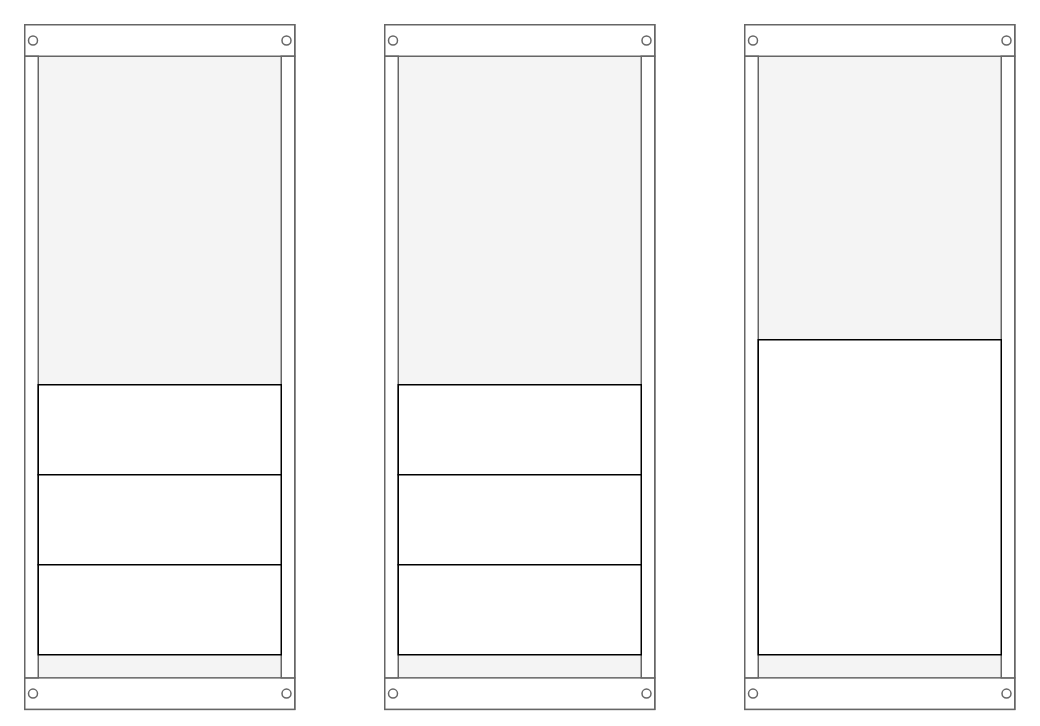
Above: 제목 없는 다이어그램.drawio in inkyunp/draw.io (draw.io), before the change. Source tidied: cells renumbered, new cells numbered last; positions are measured from the earlier drawing's top-left corner, leaving out a move shared by most shapes. Both pictures are drawn from the tidied source at 150%, with x=0, y=0 at pixel (24, 24).
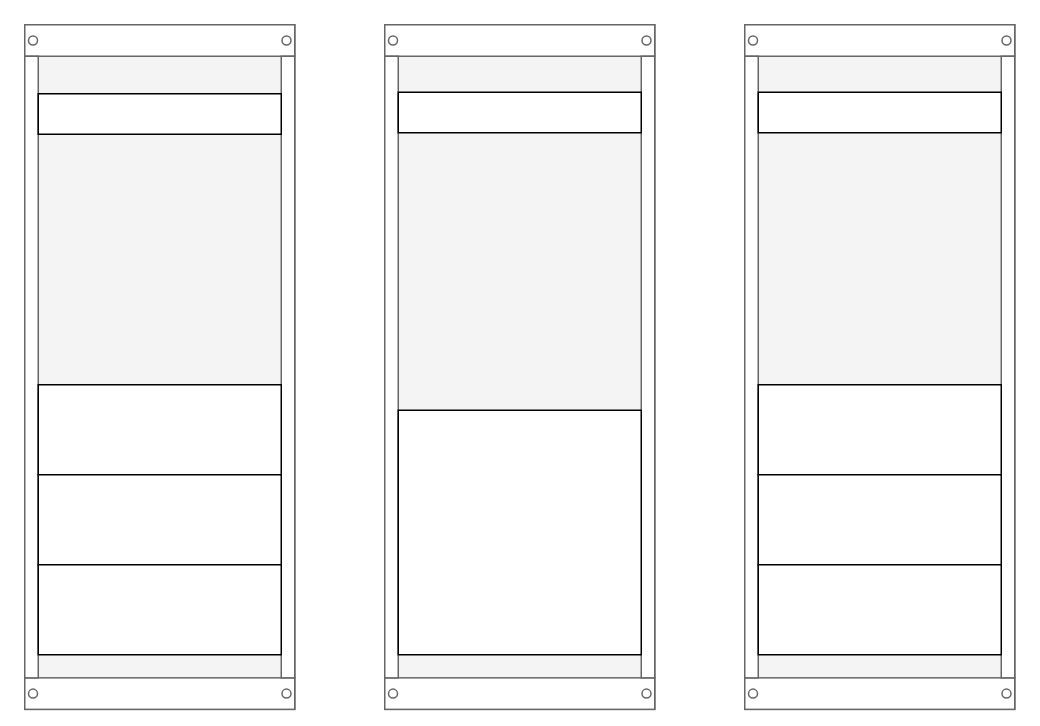
The same diagram, later.

Commit message (it also covers changes not shown here):
제목 없는 다이어그램.drawio 업데이트

What changed in the source:
```diff
@@
 <mxGraphModel>
   <root>
     <mxCell id="0" />
     <mxCell id="1" parent="0" />
     <mxCell id="2" style="strokeColor=#666666;html=1;verticalLabelPosition=bottom;labelBackgroundColor=#ffffff;verticalAlign=top;shadow=0;dashed=0;shape=mxgraph.rackGeneral.rackCabinet3;fillColor2=#f4f4f4;allowGaps=1;textColor=#666666;numDisp=off;" parent="1" vertex="1">
       <mxGeometry width="180" height="450" as="geometry" />
     </mxCell>
+    <mxCell id="12" style="rounded=0;whiteSpace=wrap;html=1;" parent="2" vertex="1">
+      <mxGeometry x="9" y="46" width="162" height="27" as="geometry" />
+    </mxCell>
     <mxCell id="3" style="rounded=0;whiteSpace=wrap;html=1;" parent="2" vertex="1">
       <mxGeometry x="9" y="240" width="162" height="60" as="geometry" />
     </mxCell>
     <mxCell id="4" style="rounded=0;whiteSpace=wrap;html=1;" parent="2" vertex="1">
       <mxGeometry x="9" y="300" width="162" height="60" as="geometry" />
     </mxCell>
     <mxCell id="5" style="rounded=0;whiteSpace=wrap;html=1;" parent="2" vertex="1">
       <mxGeometry x="9" y="360" width="162" height="60" as="geometry" />
     </mxCell>
     <mxCell id="6" style="strokeColor=#666666;html=1;verticalLabelPosition=bottom;labelBackgroundColor=#ffffff;verticalAlign=top;shadow=0;dashed=0;shape=mxgraph.rackGeneral.rackCabinet3;fillColor2=#f4f4f4;allowGaps=1;textColor=#666666;numDisp=off;" parent="1" vertex="1">
       <mxGeometry x="240" width="180" height="450" as="geometry" />
     </mxCell>
+    <mxCell id="13" style="rounded=0;whiteSpace=wrap;html=1;" parent="6" vertex="1">
+      <mxGeometry x="9" y="45" width="162" height="27" as="geometry" />
+    </mxCell>
+    <mxCell id="11" style="rounded=0;whiteSpace=wrap;html=1;" parent="6" vertex="1">
+      <mxGeometry x="9" y="257" width="162" height="163" as="geometry" />
+    </mxCell>
+    <mxCell id="10" style="strokeColor=#666666;html=1;verticalLabelPosition=bottom;labelBackgroundColor=#ffffff;verticalAlign=top;shadow=0;dashed=0;shape=mxgraph.rackGeneral.rackCabinet3;fillColor2=#f4f4f4;allowGaps=1;textColor=#666666;numDisp=off;" parent="1" vertex="1">
+      <mxGeometry x="480" width="180" height="450" as="geometry" />
+    </mxCell>
+    <mxCell id="14" style="rounded=0;whiteSpace=wrap;html=1;" parent="10" vertex="1">
+      <mxGeometry x="9" y="45" width="162" height="27" as="geometry" />
+    </mxCell>
-    <mxCell id="7" style="rounded=0;whiteSpace=wrap;html=1;" parent="6" vertex="1">
+    <mxCell id="7" style="rounded=0;whiteSpace=wrap;html=1;" parent="10" vertex="1">
       <mxGeometry x="9" y="240" width="162" height="60" as="geometry" />
     </mxCell>
-    <mxCell id="8" style="rounded=0;whiteSpace=wrap;html=1;" parent="6" vertex="1">
+    <mxCell id="8" style="rounded=0;whiteSpace=wrap;html=1;" parent="10" vertex="1">
       <mxGeometry x="9" y="300" width="162" height="60" as="geometry" />
     </mxCell>
-    <mxCell id="9" style="rounded=0;whiteSpace=wrap;html=1;" parent="6" vertex="1">
+    <mxCell id="9" style="rounded=0;whiteSpace=wrap;html=1;" parent="10" vertex="1">
       <mxGeometry x="9" y="360" width="162" height="60" as="geometry" />
     </mxCell>
-    <mxCell id="10" style="strokeColor=#666666;html=1;verticalLabelPosition=bottom;labelBackgroundColor=#ffffff;verticalAlign=top;shadow=0;dashed=0;shape=mxgraph.rackGeneral.rackCabinet3;fillColor2=#f4f4f4;allowGaps=1;textColor=#666666;numDisp=off;" parent="1" vertex="1">
-      <mxGeometry x="480" width="180" height="450" as="geometry" />
-    </mxCell>
-    <mxCell id="11" style="rounded=0;whiteSpace=wrap;html=1;" parent="10" vertex="1">
-      <mxGeometry x="9" y="210" width="162" height="210" as="geometry" />
-    </mxCell>
   </root>
 </mxGraphModel>
```
